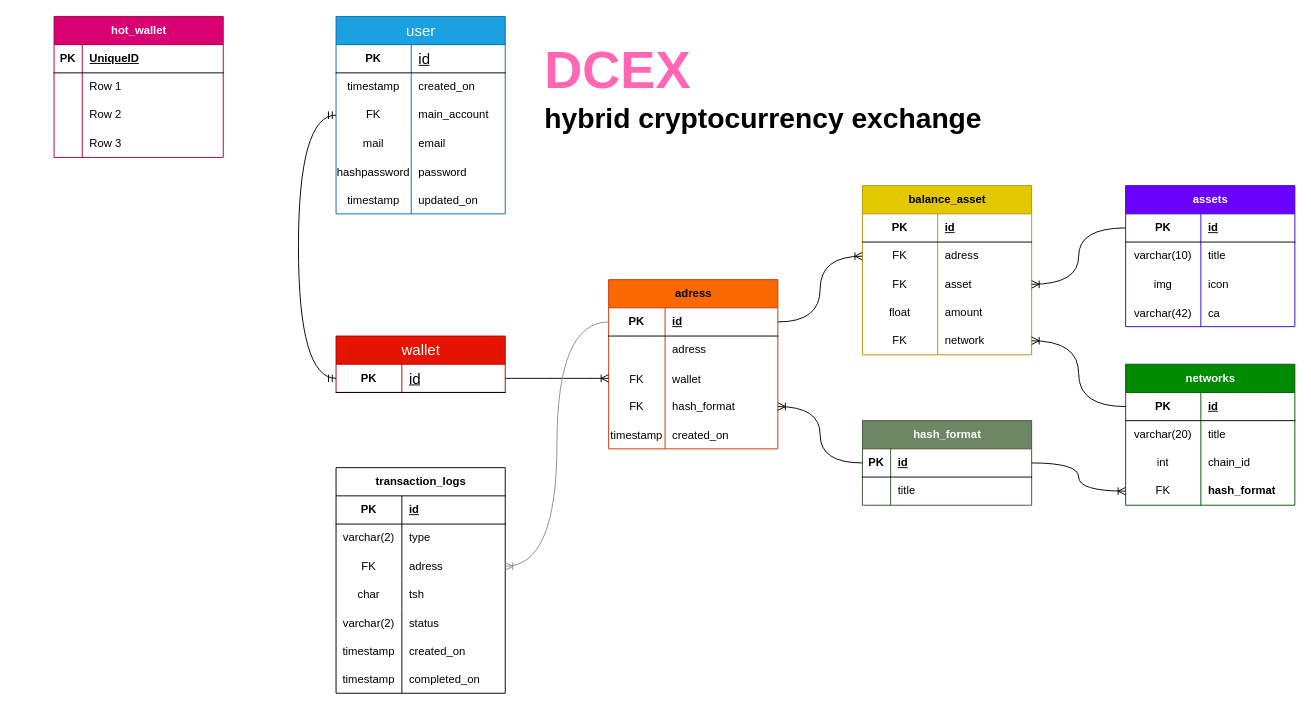
This is dCEX_ER.drawio from on3ginnn/DCEX, a draw.io file, before an edit. Source tidied: cells renumbered, new cells numbered last; positions are measured from the earlier drawing's top-left corner, leaving out a move shared by most shapes. Both pictures are drawn from the tidied source at 94%, with x=0, y=0 at pixel (54, 16).
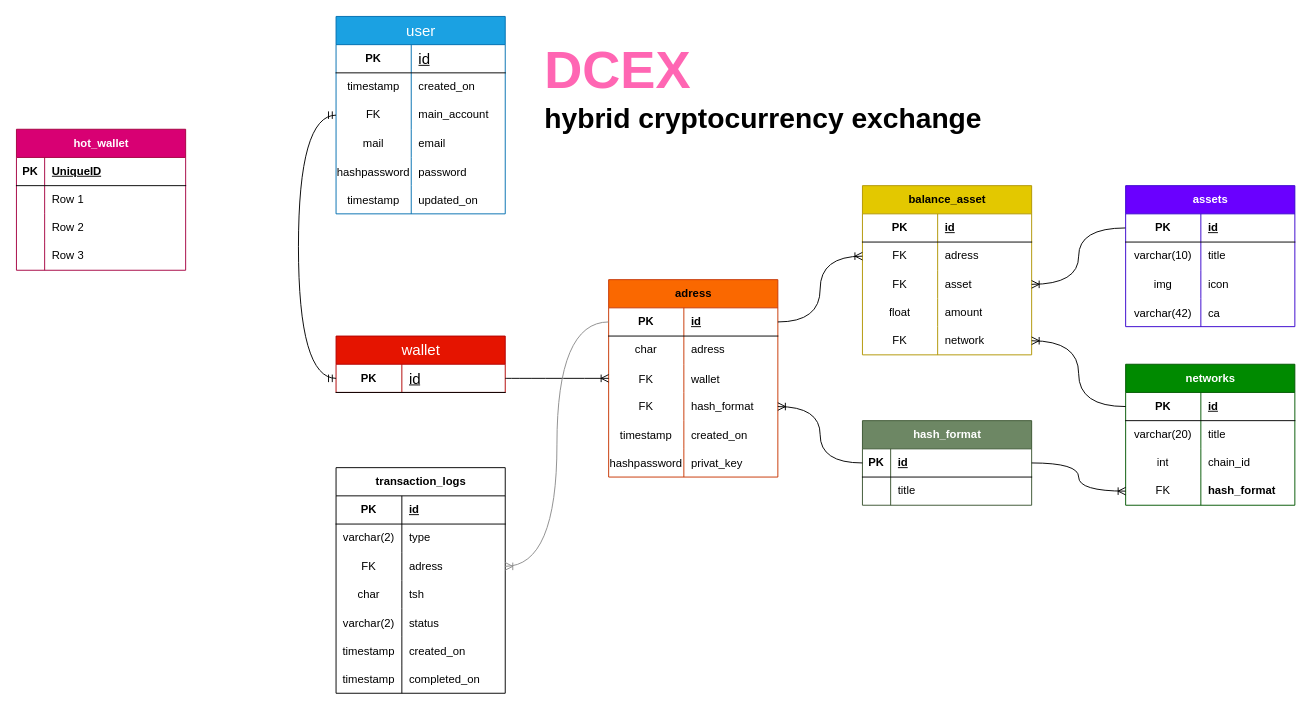
The same diagram, later.

Unchanged cells that the change refers to:
```xml
<mxCell id="58" style="shape=tableRow;horizontal=0;startSize=0;swimlaneHead=0;swimlaneBody=0;fillColor=none;points=[[0,0.5],[1,0.5]];portConstraint=eastwest;top=0;left=0;right=0;bottom=1;" parent="57" vertex="1">
  <mxGeometry y="30" width="180" height="30" as="geometry" />
</mxCell>
<mxCell id="61" style="shape=tableRow;horizontal=0;startSize=0;swimlaneHead=0;swimlaneBody=0;fillColor=none;top=0;left=0;right=0;bottom=0;" parent="57" vertex="1">
  <mxGeometry y="60" width="180" height="30" as="geometry" />
</mxCell>
<mxCell id="64" style="shape=tableRow;horizontal=0;startSize=0;swimlaneHead=0;swimlaneBody=0;fillColor=none;points=[[0,0.5],[1,0.5]];portConstraint=eastwest;top=0;left=0;right=0;bottom=0;" parent="57" vertex="1">
  <mxGeometry y="90" width="180" height="30" as="geometry" />
</mxCell>
<mxCell id="67" style="shape=tableRow;horizontal=0;startSize=0;swimlaneHead=0;swimlaneBody=0;fillColor=none;points=[[0,0.5],[1,0.5]];portConstraint=eastwest;top=0;left=0;right=0;bottom=0;" parent="57" vertex="1">
  <mxGeometry y="120" width="180" height="30" as="geometry" />
</mxCell>
<mxCell id="70" style="shape=tableRow;horizontal=0;startSize=0;swimlaneHead=0;swimlaneBody=0;fillColor=none;top=0;left=0;right=0;bottom=0;" parent="57" vertex="1">
  <mxGeometry y="150" width="180" height="30" as="geometry" />
</mxCell>
```

Diff of the diagram source:
```diff
@@
     <mxCell id="57" value="adress" style="shape=table;startSize=30;childLayout=tableLayout;rowLines=0;fontStyle=1;align=center;html=1;fillColor=#fa6800;fontColor=#000000;strokeColor=#C73500;" parent="1" vertex="1">
-      <mxGeometry x="590" y="280" width="180" height="180" as="geometry" />
+      <mxGeometry x="590" y="280" width="180" height="210" as="geometry" />
     </mxCell>
@@
     <mxCell id="59" value="PK" style="shape=partialRectangle;fillColor=none;top=0;left=0;bottom=0;right=0;fontStyle=1;overflow=hidden;whiteSpace=wrap;html=1;" parent="58" vertex="1">
-      <mxGeometry width="60" height="30" as="geometry" />
+      <mxGeometry width="80" height="30" as="geometry" />
     </mxCell>
     <mxCell id="60" value="id" style="shape=partialRectangle;fillColor=none;top=0;left=0;bottom=0;right=0;align=left;spacingLeft=6;fontStyle=5;overflow=hidden;whiteSpace=wrap;html=1;" parent="58" vertex="1">
-      <mxGeometry x="60" width="120" height="30" as="geometry" />
+      <mxGeometry x="80" width="100" height="30" as="geometry" />
     </mxCell>
@@
-    <mxCell id="62" style="shape=partialRectangle;fillColor=none;top=0;left=0;bottom=0;right=0;overflow=hidden;whiteSpace=wrap;html=1;" parent="61" vertex="1">
-      <mxGeometry width="60" height="30" as="geometry" />
+    <mxCell id="62" value="char" style="shape=partialRectangle;fillColor=none;top=0;left=0;bottom=0;right=0;overflow=hidden;whiteSpace=wrap;html=1;" parent="61" vertex="1">
+      <mxGeometry width="80" height="30" as="geometry" />
     </mxCell>
     <mxCell id="63" value="adress" style="shape=partialRectangle;fillColor=none;top=0;left=0;bottom=0;right=0;align=left;spacingLeft=6;overflow=hidden;whiteSpace=wrap;html=1;" parent="61" vertex="1">
-      <mxGeometry x="60" width="120" height="30" as="geometry" />
+      <mxGeometry x="80" width="100" height="30" as="geometry" />
     </mxCell>
@@
     <mxCell id="65" value="FK" style="shape=partialRectangle;fillColor=none;top=0;left=0;bottom=0;right=0;overflow=hidden;" parent="64" vertex="1">
-      <mxGeometry width="60" height="30" as="geometry" />
+      <mxGeometry width="80" height="30" as="geometry" />
     </mxCell>
     <mxCell id="66" value="wallet" style="shape=partialRectangle;fillColor=none;top=0;left=0;bottom=0;right=0;align=left;spacingLeft=6;overflow=hidden;" parent="64" vertex="1">
-      <mxGeometry x="60" width="120" height="30" as="geometry" />
+      <mxGeometry x="80" width="100" height="30" as="geometry" />
     </mxCell>
@@
     <mxCell id="68" value="FK" style="shape=partialRectangle;fillColor=none;top=0;left=0;bottom=0;right=0;fontStyle=0;overflow=hidden;whiteSpace=wrap;html=1;" parent="67" vertex="1">
-      <mxGeometry width="60" height="30" as="geometry" />
+      <mxGeometry width="80" height="30" as="geometry" />
     </mxCell>
     <mxCell id="69" value="hash_format" style="shape=partialRectangle;fillColor=none;top=0;left=0;bottom=0;right=0;align=left;spacingLeft=6;fontStyle=0;overflow=hidden;whiteSpace=wrap;html=1;" parent="67" vertex="1">
-      <mxGeometry x="60" width="120" height="30" as="geometry" />
+      <mxGeometry x="80" width="100" height="30" as="geometry" />
     </mxCell>
@@
     <mxCell id="71" value="timestamp" style="shape=partialRectangle;fillColor=none;top=0;left=0;bottom=0;right=0;overflow=hidden;" parent="70" vertex="1">
-      <mxGeometry width="60" height="30" as="geometry" />
+      <mxGeometry width="80" height="30" as="geometry" />
     </mxCell>
     <mxCell id="72" value="created_on" style="shape=partialRectangle;fillColor=none;top=0;left=0;bottom=0;right=0;align=left;spacingLeft=6;overflow=hidden;" parent="70" vertex="1">
-      <mxGeometry x="60" width="120" height="30" as="geometry" />
+      <mxGeometry x="80" width="100" height="30" as="geometry" />
     </mxCell>
+    <mxCell id="134" style="shape=tableRow;horizontal=0;startSize=0;swimlaneHead=0;swimlaneBody=0;fillColor=none;top=0;left=0;right=0;bottom=0;" parent="57" vertex="1">
+      <mxGeometry y="180" width="180" height="30" as="geometry" />
+    </mxCell>
+    <mxCell id="135" value="hashpassword" style="shape=partialRectangle;fillColor=none;top=0;left=0;bottom=0;right=0;overflow=hidden;" parent="134" vertex="1">
+      <mxGeometry width="80" height="30" as="geometry" />
+    </mxCell>
+    <mxCell id="136" value="privat_key" style="shape=partialRectangle;fillColor=none;top=0;left=0;bottom=0;right=0;align=left;spacingLeft=6;overflow=hidden;" parent="134" vertex="1">
+      <mxGeometry x="80" width="100" height="30" as="geometry" />
+    </mxCell>
@@
     <mxCell id="121" value="hot_wallet" style="shape=table;startSize=30;childLayout=tableLayout;rowLines=0;fontStyle=1;align=center;html=1;fillColor=#d80073;fontColor=#ffffff;strokeColor=#A50040;" parent="1" vertex="1">
-      <mxGeometry width="180" height="150" as="geometry" />
+      <mxGeometry x="-40" y="120" width="180" height="150" as="geometry" />
     </mxCell>
```
